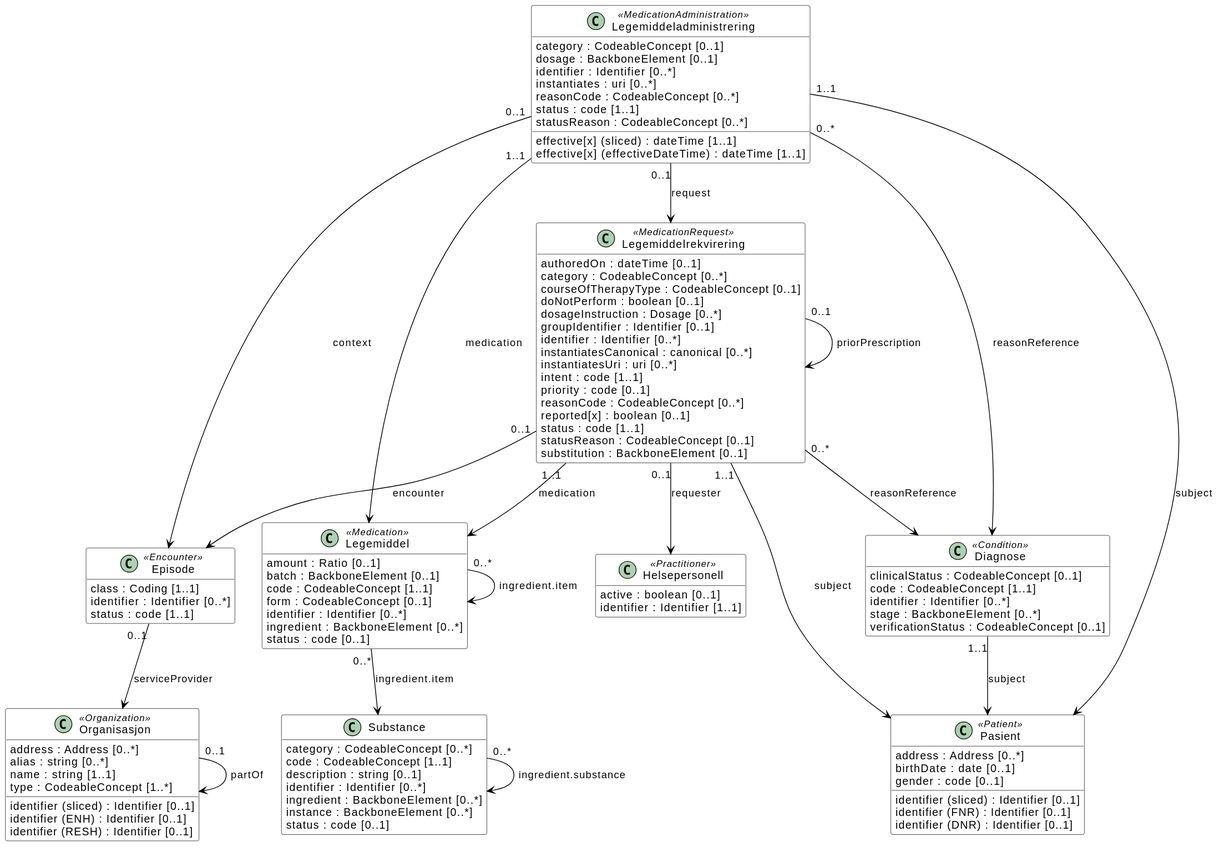
Before: currentbuild/informasjonsmodell.svg, a diagram exported from PlantUML (folkehelseinstituttet/LMDI).
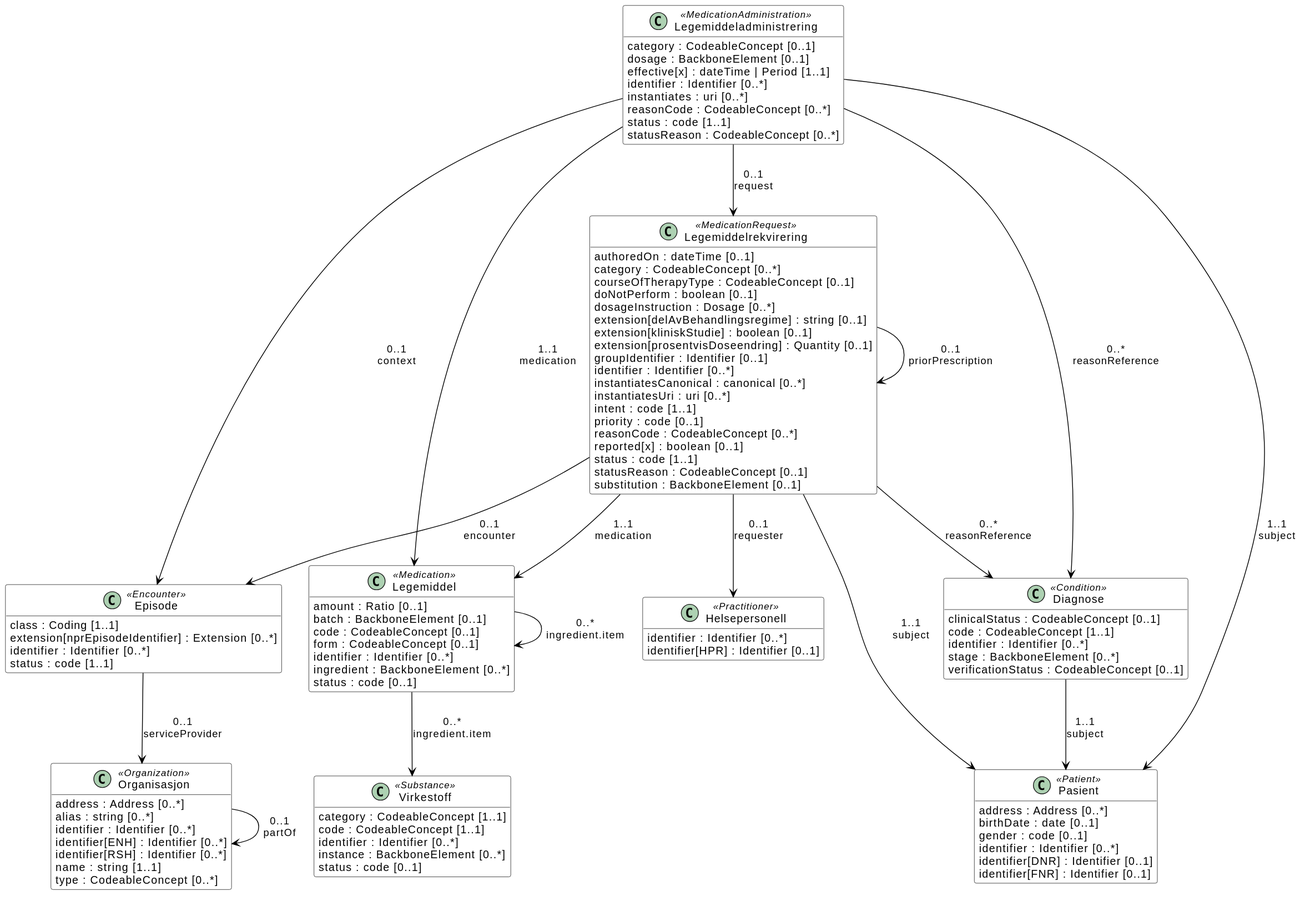
After the change.

The edit, as a diff of the source:
```diff
@@ -15,13 +15,14 @@
 }
 class Episode <<Encounter>> [[https://folkehelseinstituttet.github.io/LMDI/StructureDefinition-lmdi-encounter.html Episode _blank]] {
     class : Coding [1..1]
+    extension[nprEpisodeIdentifier] : Extension [0..*]
     identifier : Identifier [0..*]
     status : code [1..1]
 }
 class Legemiddel <<Medication>> [[https://folkehelseinstituttet.github.io/LMDI/StructureDefinition-lmdi-medication.html Legemiddel _blank]] {
     amount : Ratio [0..1]
     batch : BackboneElement [0..1]
-    code : CodeableConcept [1..1]
+    code : CodeableConcept [0..1]
     form : CodeableConcept [0..1]
     identifier : Identifier [0..*]
     ingredient : BackboneElement [0..*]
@@ -30,8 +31,7 @@
 class Legemiddeladministrering <<MedicationAdministration>> [[https://folkehelseinstituttet.github.io/LMDI/StructureDefinition-lmdi-medicationadministration.html Legemiddeladministrering _blank]] {
     category : CodeableConcept [0..1]
     dosage : BackboneElement [0..1]
-    effective[x] (sliced) : dateTime [1..1]
-    effective[x] (effectiveDateTime) : dateTime [1..1]
+    effective[x] : dateTime | Period [1..1]
     identifier : Identifier [0..*]
     instantiates : uri [0..*]
     reasonCode : CodeableConcept [0..*]
@@ -44,6 +44,9 @@
     courseOfTherapyType : CodeableConcept [0..1]
     doNotPerform : boolean [0..1]
     dosageInstruction : Dosage [0..*]
+    extension[delAvBehandlingsregime] : string [0..1]
+    extension[kliniskStudie] : boolean [0..1]
+    extension[prosentvisDoseendring] : Quantity [0..1]
     groupIdentifier : Identifier [0..1]
     identifier : Identifier [0..*]
     instantiatesCanonical : canonical [0..*]
@@ -59,49 +62,46 @@
 class Organisasjon <<Organization>> [[https://folkehelseinstituttet.github.io/LMDI/StructureDefinition-lmdi-organization.html Organisasjon _blank]] {
     address : Address [0..*]
     alias : string [0..*]
-    identifier (sliced) : Identifier [0..1]
-    identifier (ENH) : Identifier [0..1]
-    identifier (RESH) : Identifier [0..1]
+    identifier : Identifier [0..*]
+    identifier[ENH] : Identifier [0..*]
+    identifier[RSH] : Identifier [0..*]
     name : string [1..1]
-    type : CodeableConcept [1..*]
+    type : CodeableConcept [0..*]
 }
 class Pasient <<Patient>> [[https://folkehelseinstituttet.github.io/LMDI/StructureDefinition-lmdi-patient.html Pasient _blank]] {
     address : Address [0..*]
     birthDate : date [0..1]
     gender : code [0..1]
-    identifier (sliced) : Identifier [0..1]
-    identifier (FNR) : Identifier [0..1]
-    identifier (DNR) : Identifier [0..1]
+    identifier : Identifier [0..*]
+    identifier[DNR] : Identifier [0..1]
+    identifier[FNR] : Identifier [0..1]
 }
 class Helsepersonell <<Practitioner>> [[https://folkehelseinstituttet.github.io/LMDI/StructureDefinition-lmdi-practitioner.html Helsepersonell _blank]] {
-    active : boolean [0..1]
-    identifier : Identifier [1..1]
+    identifier : Identifier [0..*]
+    identifier[HPR] : Identifier [0..1]
 }
-class Substance [[https://hl7.org/fhir/R4/substance.html Substance _blank]] {
-    category : CodeableConcept [0..*]
+class Virkestoff <<Substance>> [[https://folkehelseinstituttet.github.io/LMDI/StructureDefinition-lmdi-substance.html Virkestoff _blank]] {
+    category : CodeableConcept [1..1]
     code : CodeableConcept [1..1]
-    description : string [0..1]
     identifier : Identifier [0..*]
-    ingredient : BackboneElement [0..*]
     instance : BackboneElement [0..*]
     status : code [0..1]
 }
 
-Diagnose "1..1" --> Pasient : "subject"
-Episode "0..1" --> Organisasjon : "serviceProvider"
-Legemiddel "0..*" --> Substance : "ingredient.item"
-Legemiddel "0..*" --> Legemiddel : "ingredient.item"
-Legemiddeladministrering "1..1" --> Legemiddel : "medication"
-Legemiddeladministrering "1..1" --> Pasient : "subject"
-Legemiddeladministrering "0..1" --> Episode : "context"
-Legemiddeladministrering "0..*" --> Diagnose : "reasonReference"
-Legemiddeladministrering "0..1" --> Legemiddelrekvirering : "request"
-Legemiddelrekvirering "1..1" --> Legemiddel : "medication"
-Legemiddelrekvirering "1..1" --> Pasient : "subject"
-Legemiddelrekvirering "0..1" --> Episode : "encounter"
-Legemiddelrekvirering "0..1" --> Helsepersonell : "requester"
-Legemiddelrekvirering "0..*" --> Diagnose : "reasonReference"
-Legemiddelrekvirering "0..1" --> Legemiddelrekvirering : "priorPrescription"
-Organisasjon "0..1" --> Organisasjon : "partOf"
-Substance "0..*" --> Substance : "ingredient.substance"
+Diagnose --> Pasient : "1..1\nsubject"
+Episode --> Organisasjon : "0..1\nserviceProvider"
+Legemiddel --> Virkestoff : "0..*\ningredient.item"
+Legemiddel --> Legemiddel : "0..*\ningredient.item"
+Legemiddeladministrering --> Legemiddel : "1..1\nmedication"
+Legemiddeladministrering --> Pasient : "1..1\nsubject"
+Legemiddeladministrering --> Episode : "0..1\ncontext"
+Legemiddeladministrering --> Diagnose : "0..*\nreasonReference"
+Legemiddeladministrering --> Legemiddelrekvirering : "0..1\nrequest"
+Legemiddelrekvirering --> Legemiddel : "1..1\nmedication"
+Legemiddelrekvirering --> Pasient : "1..1\nsubject"
+Legemiddelrekvirering --> Episode : "0..1\nencounter"
+Legemiddelrekvirering --> Helsepersonell : "0..1\nrequester"
+Legemiddelrekvirering --> Diagnose : "0..*\nreasonReference"
+Legemiddelrekvirering --> Legemiddelrekvirering : "0..1\npriorPrescription"
+Organisasjon --> Organisasjon : "0..1\npartOf"
 @enduml
```
